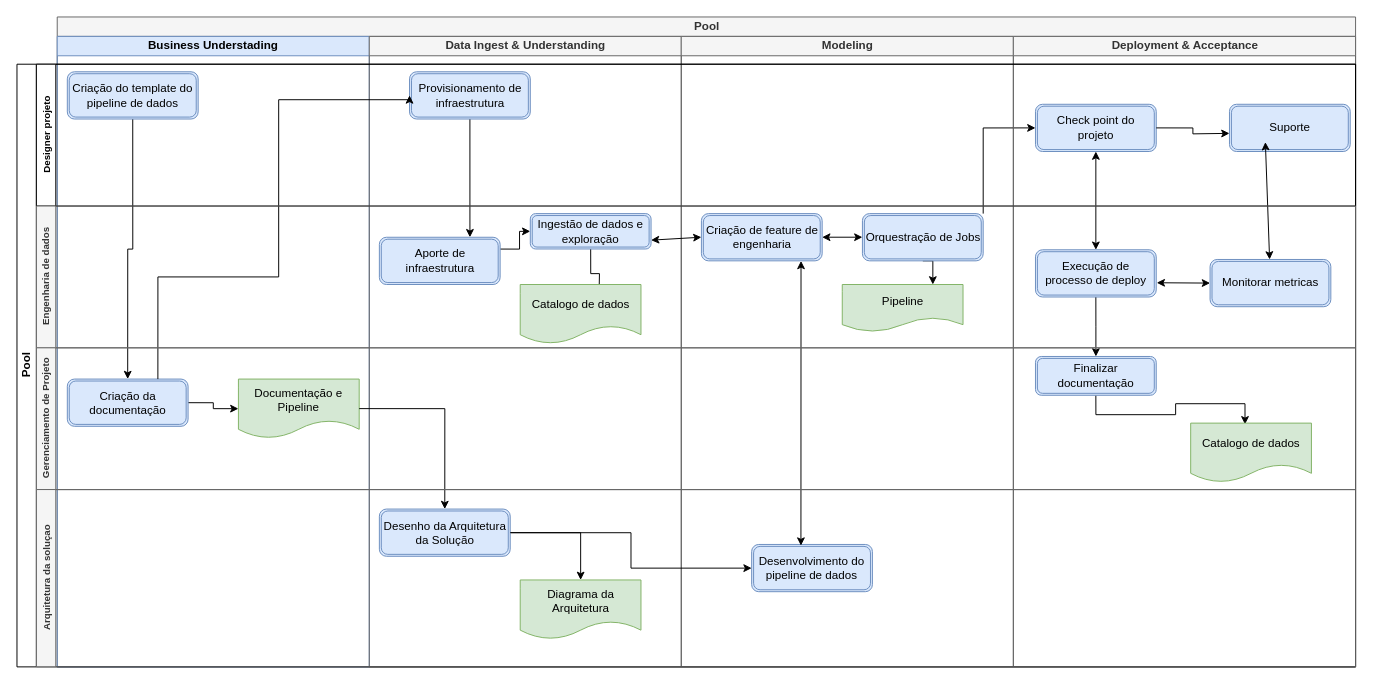
Earlier version of the draw.io diagram page "Page-1" (1 of 2) of img/Untitled Diagram 1.drawio (eiAlex/eialex.github.io). Source tidied: cells renumbered, new cells numbered last; positions are measured from the earlier drawing's top-left corner, leaving out a move shared by most shapes. Both pictures are drawn from the tidied source at 97%, with x=0, y=0 at pixel (16, 16).
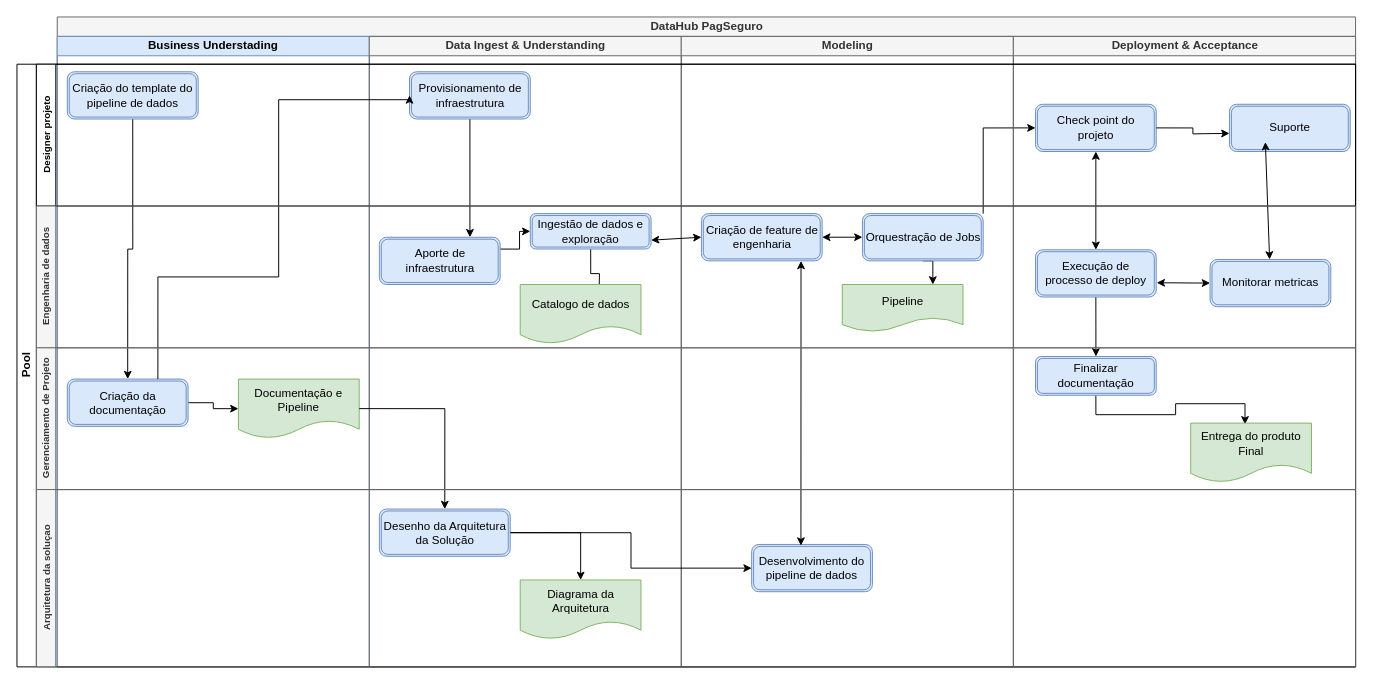
The same page after the edit.

Unchanged cells that the change refers to:
```xml
<mxCell id="4" style="group;" parent="1" vertex="1">
  <mxGeometry width="1380" height="670" as="geometry" />
</mxCell>
<mxCell id="35" value="Deployment &amp;amp; Acceptance" style="swimlane;html=1;startSize=20;fillColor=#f5f5f5;strokeColor=#666666;fontColor=#333333;" parent="5" vertex="1">
  <mxGeometry x="985.7" y="20" width="352.8" height="650" as="geometry" />
</mxCell>
```

Diff of the diagram source:
```diff
@@
-    <mxCell id="5" value="Pool" style="swimlane;html=1;startSize=20;fillColor=#f5f5f5;strokeColor=#666666;fontColor=#333333;" parent="4" vertex="1">
+    <mxCell id="5" value="DataHub PagSeguro" style="swimlane;html=1;startSize=20;fillColor=#f5f5f5;strokeColor=#666666;fontColor=#333333;" parent="4" vertex="1">
       <mxGeometry x="41.5" width="1338.5" height="670" as="geometry" />
     </mxCell>
@@
-    <mxCell id="41" value="Catalogo de dados" style="shape=document;whiteSpace=wrap;html=1;boundedLbl=1;fillColor=#d5e8d4;strokeColor=#82b366;" parent="35" vertex="1">
+    <mxCell id="41" value="Entrega do produto Final" style="shape=document;whiteSpace=wrap;html=1;boundedLbl=1;fillColor=#d5e8d4;strokeColor=#82b366;" parent="35" vertex="1">
       <mxGeometry x="182.8" y="398.7" width="124.5" height="60.9" as="geometry" />
     </mxCell>
```
